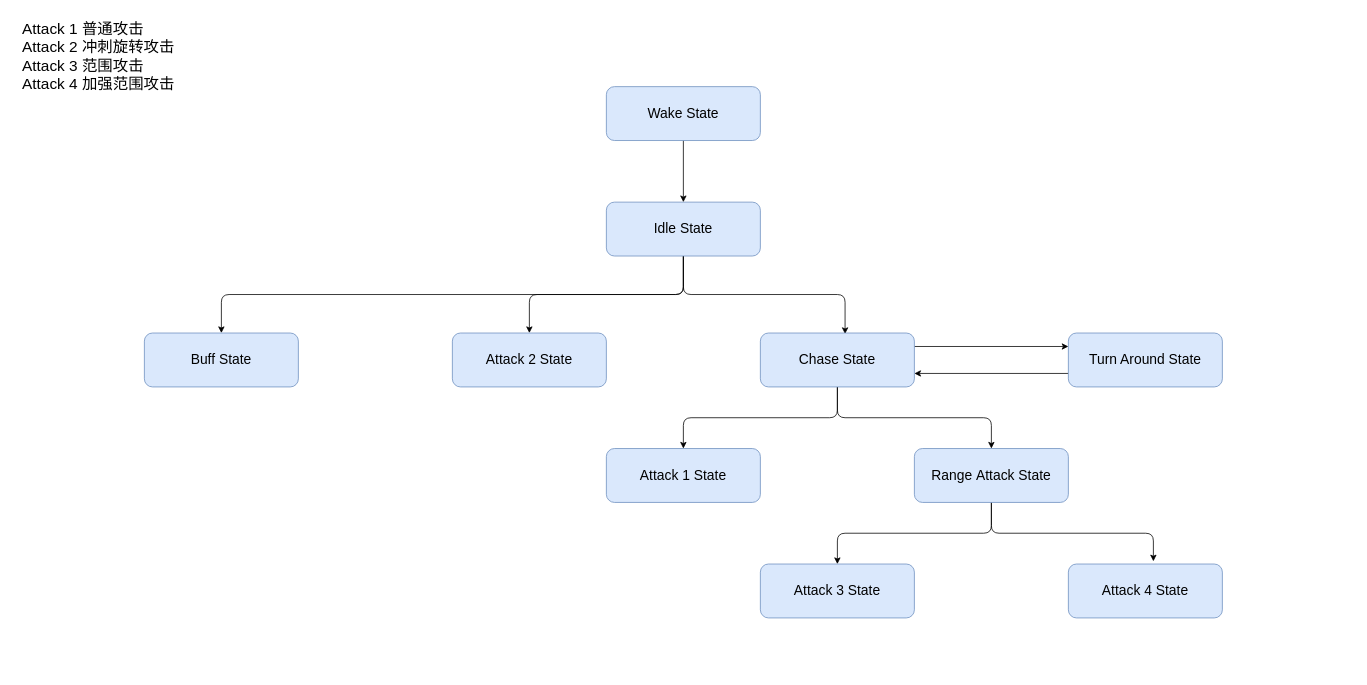
This is Readme/Colossal Boss State Machine Diagram.drawio from zsl2021533013/The-Letteror, a draw.io file, before an edit. Source tidied: cells renumbered, new cells numbered last; positions are measured from the earlier drawing's top-left corner, leaving out a move shared by most shapes. Both pictures are drawn from the tidied source at 77%, with x=0, y=0 at pixel (13, 13).
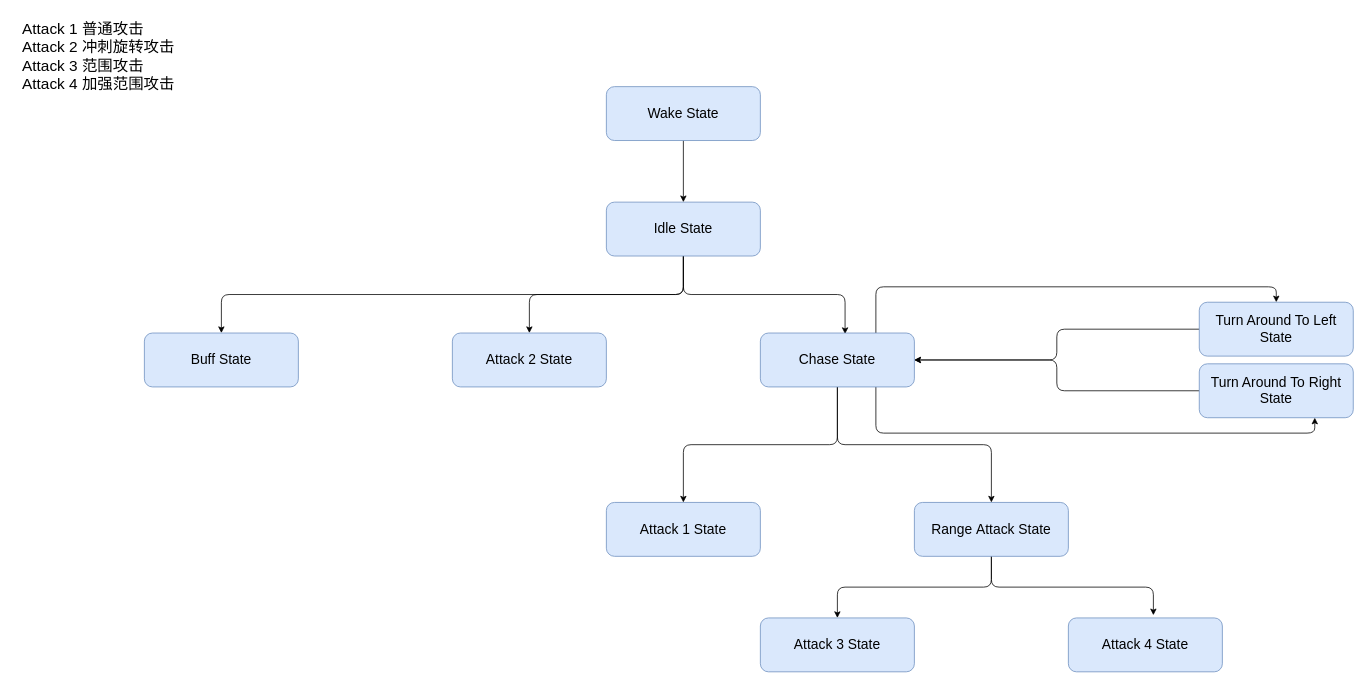
After the change.

Unchanged cells that the change refers to:
```xml
<mxCell id="17" value="&lt;span style=&quot;font-size: 18px;&quot;&gt;Chase State&lt;br&gt;&lt;/span&gt;" style="rounded=1;whiteSpace=wrap;html=1;fillColor=#dae8fc;strokeColor=#6c8ebf;" parent="1" vertex="1">
  <mxGeometry x="970" y="415" width="200" height="70" as="geometry" />
</mxCell>
```

The edit, as a diff of the source:
```diff
@@
     <mxCell id="6" value="&lt;span style=&quot;font-size: 18px;&quot;&gt;Attack 4 State&lt;br&gt;&lt;/span&gt;" style="rounded=1;whiteSpace=wrap;html=1;fillColor=#dae8fc;strokeColor=#6c8ebf;" parent="1" vertex="1">
-      <mxGeometry x="1370" y="715" width="200" height="70" as="geometry" />
+      <mxGeometry x="1370" y="785" width="200" height="70" as="geometry" />
     </mxCell>
     <mxCell id="7" value="&lt;span style=&quot;font-size: 18px;&quot;&gt;Attack 3 State&lt;br&gt;&lt;/span&gt;" style="rounded=1;whiteSpace=wrap;html=1;fillColor=#dae8fc;strokeColor=#6c8ebf;" parent="1" vertex="1">
-      <mxGeometry x="970" y="715" width="200" height="70" as="geometry" />
+      <mxGeometry x="970" y="785" width="200" height="70" as="geometry" />
     </mxCell>
@@
     <mxCell id="9" value="&lt;span style=&quot;font-size: 18px;&quot;&gt;Attack 1 State&lt;br&gt;&lt;/span&gt;" style="rounded=1;whiteSpace=wrap;html=1;fillColor=#dae8fc;strokeColor=#6c8ebf;" parent="1" vertex="1">
-      <mxGeometry x="770" y="565" width="200" height="70" as="geometry" />
+      <mxGeometry x="770" y="635" width="200" height="70" as="geometry" />
     </mxCell>
@@
     <mxCell id="13" value="&lt;span style=&quot;font-size: 18px;&quot;&gt;Range&amp;nbsp;Attack State&lt;br&gt;&lt;/span&gt;" style="rounded=1;whiteSpace=wrap;html=1;fillColor=#dae8fc;strokeColor=#6c8ebf;" parent="1" vertex="1">
-      <mxGeometry x="1170" y="565" width="200" height="70" as="geometry" />
+      <mxGeometry x="1170" y="635" width="200" height="70" as="geometry" />
     </mxCell>
@@
-    <mxCell id="16" style="edgeStyle=orthogonalEdgeStyle;rounded=1;jettySize=auto;html=1;exitX=1;exitY=0.25;exitDx=0;exitDy=0;entryX=0;entryY=0.25;entryDx=0;entryDy=0;fontSize=20;" parent="1" edge="1" source="17" target="20">
+    <mxCell id="16" style="edgeStyle=orthogonalEdgeStyle;rounded=1;jettySize=auto;html=1;exitX=0.75;exitY=0;exitDx=0;exitDy=0;entryX=0.5;entryY=0;entryDx=0;entryDy=0;fontSize=20;" parent="1" edge="1" source="17" target="20">
       <mxGeometry relative="1" as="geometry" />
     </mxCell>
+    <mxCell id="23" style="edgeStyle=orthogonalEdgeStyle;rounded=1;jettySize=auto;html=1;exitX=0.75;exitY=1;exitDx=0;exitDy=0;entryX=0.75;entryY=1;entryDx=0;entryDy=0;fontSize=20;" parent="1" edge="1" source="17" target="25">
+      <mxGeometry relative="1" as="geometry" />
+    </mxCell>
@@
-    <mxCell id="19" style="edgeStyle=orthogonalEdgeStyle;rounded=1;jettySize=auto;html=1;exitX=0;exitY=0.75;exitDx=0;exitDy=0;entryX=1;entryY=0.75;entryDx=0;entryDy=0;fontSize=20;" parent="1" edge="1" source="20" target="17">
+    <mxCell id="19" style="edgeStyle=orthogonalEdgeStyle;rounded=1;jettySize=auto;html=1;exitX=0;exitY=0.5;exitDx=0;exitDy=0;entryX=1;entryY=0.5;entryDx=0;entryDy=0;fontSize=20;" parent="1" edge="1" source="20" target="17">
       <mxGeometry relative="1" as="geometry" />
     </mxCell>
-    <mxCell id="20" value="&lt;span style=&quot;font-size: 18px;&quot;&gt;Turn Around State&lt;br&gt;&lt;/span&gt;" style="rounded=1;whiteSpace=wrap;html=1;fillColor=#dae8fc;strokeColor=#6c8ebf;" parent="1" vertex="1">
-      <mxGeometry x="1370" y="415" width="200" height="70" as="geometry" />
+    <mxCell id="20" value="&lt;span style=&quot;font-size: 18px;&quot;&gt;Turn Around To Left State&lt;br&gt;&lt;/span&gt;" style="rounded=1;whiteSpace=wrap;html=1;fillColor=#dae8fc;strokeColor=#6c8ebf;" parent="1" vertex="1">
+      <mxGeometry x="1540" y="375" width="200" height="70" as="geometry" />
     </mxCell>
@@
+    <mxCell id="24" style="edgeStyle=orthogonalEdgeStyle;rounded=1;jettySize=auto;html=1;exitX=0;exitY=0.5;exitDx=0;exitDy=0;entryX=1;entryY=0.5;entryDx=0;entryDy=0;fontSize=20;" parent="1" edge="1" source="25" target="17">
+      <mxGeometry relative="1" as="geometry" />
+    </mxCell>
+    <mxCell id="25" value="&lt;span style=&quot;font-size: 18px;&quot;&gt;Turn Around To Right State&lt;br&gt;&lt;/span&gt;" style="rounded=1;whiteSpace=wrap;html=1;fillColor=#dae8fc;strokeColor=#6c8ebf;" parent="1" vertex="1">
+      <mxGeometry x="1540" y="455" width="200" height="70" as="geometry" />
+    </mxCell>
```
